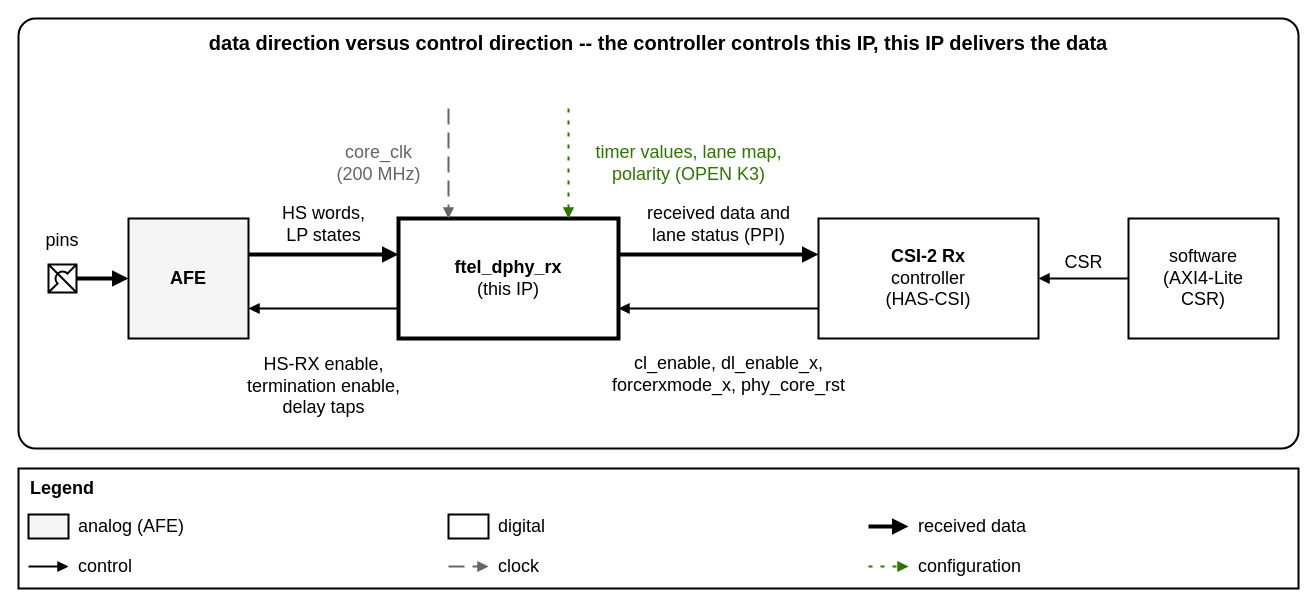
The draw.io diagram 22fdx/rx/digital/hw/rtl/ip/ftel_dphy_rx/doc/figures/ftel_dphy_rx_directions.drawio in ftel-cdc/fu3_dphy, before the edit. Source tidied: cells renumbered, new cells numbered last; positions are measured from the earlier drawing's top-left corner, leaving out a move shared by most shapes. Both pictures are drawn from the tidied source at 100%, with x=0, y=0 at pixel (18, 18).
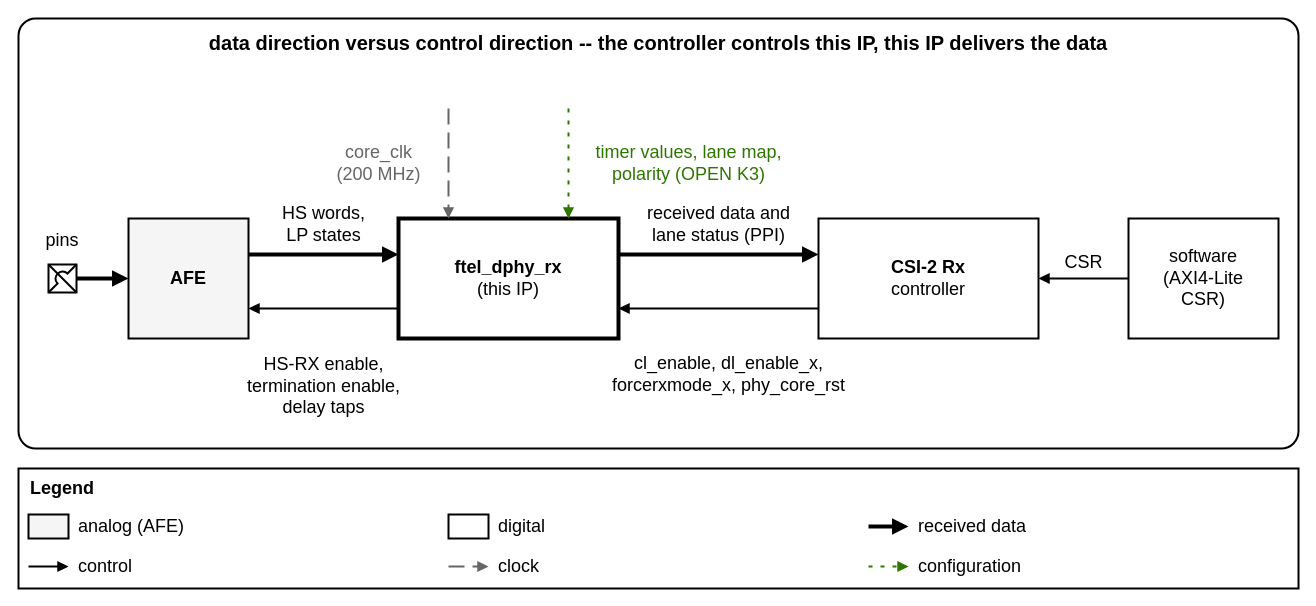
The same page after the edit.

The edit, as a diff of the source:
```diff
@@
-    <mxCell id="9" value="&lt;b&gt;CSI-2 Rx&lt;/b&gt;&lt;br&gt;controller&lt;br&gt;(HAS-CSI)" style="rounded=0;whiteSpace=wrap;html=1;fontSize=18;strokeWidth=2;fillColor=#FFFFFF;align=center;verticalAlign=middle;spacing=4;" parent="1" vertex="1">
+    <mxCell id="9" value="&lt;b&gt;CSI-2 Rx&lt;/b&gt;&lt;br&gt;controller" style="rounded=0;whiteSpace=wrap;html=1;fontSize=18;strokeWidth=2;fillColor=#FFFFFF;align=center;verticalAlign=middle;spacing=4;" parent="1" vertex="1">
       <mxGeometry x="800" y="200" width="220" height="120" as="geometry" />
     </mxCell>
```
